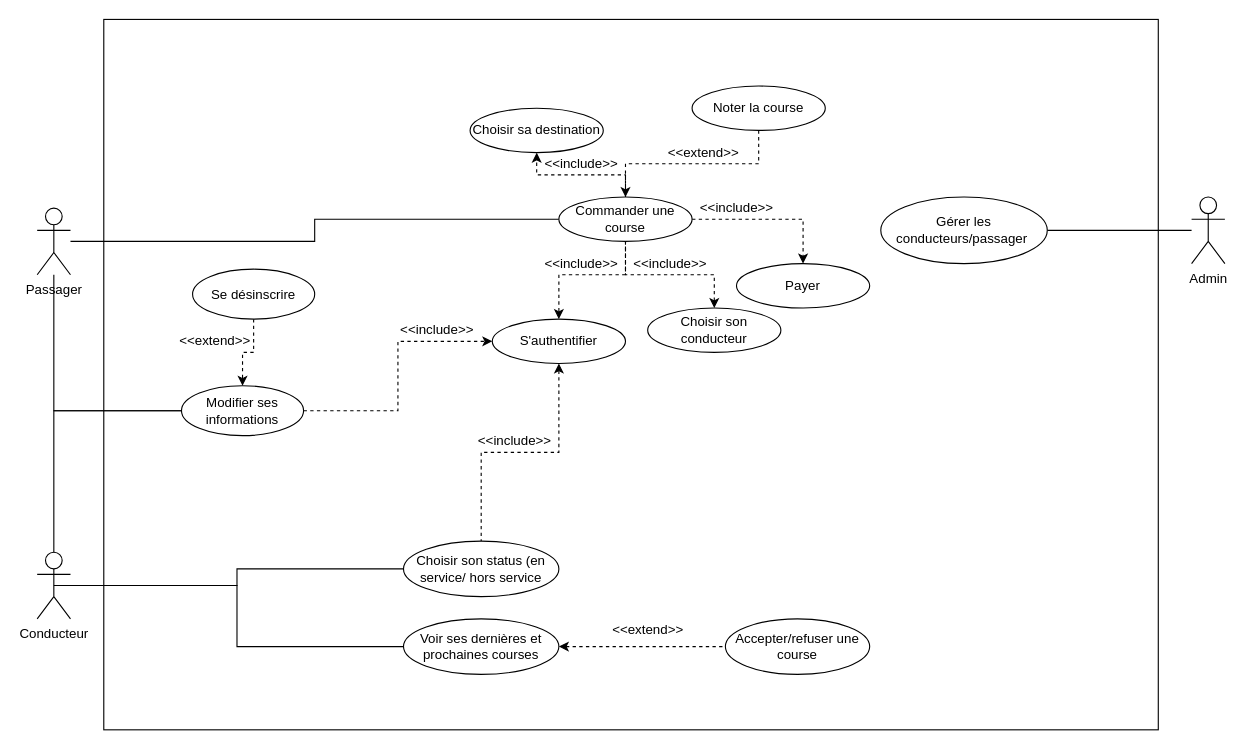
This is gestion_de_projet/Cas_d_utilisation.drawio from mboultoureau/utaxi, a draw.io file, before an edit. Source tidied: cells renumbered, new cells numbered last; positions are measured from the earlier drawing's top-left corner, leaving out a move shared by most shapes. Both pictures are drawn from the tidied source at 111%, with x=0, y=0 at pixel (37, 19).
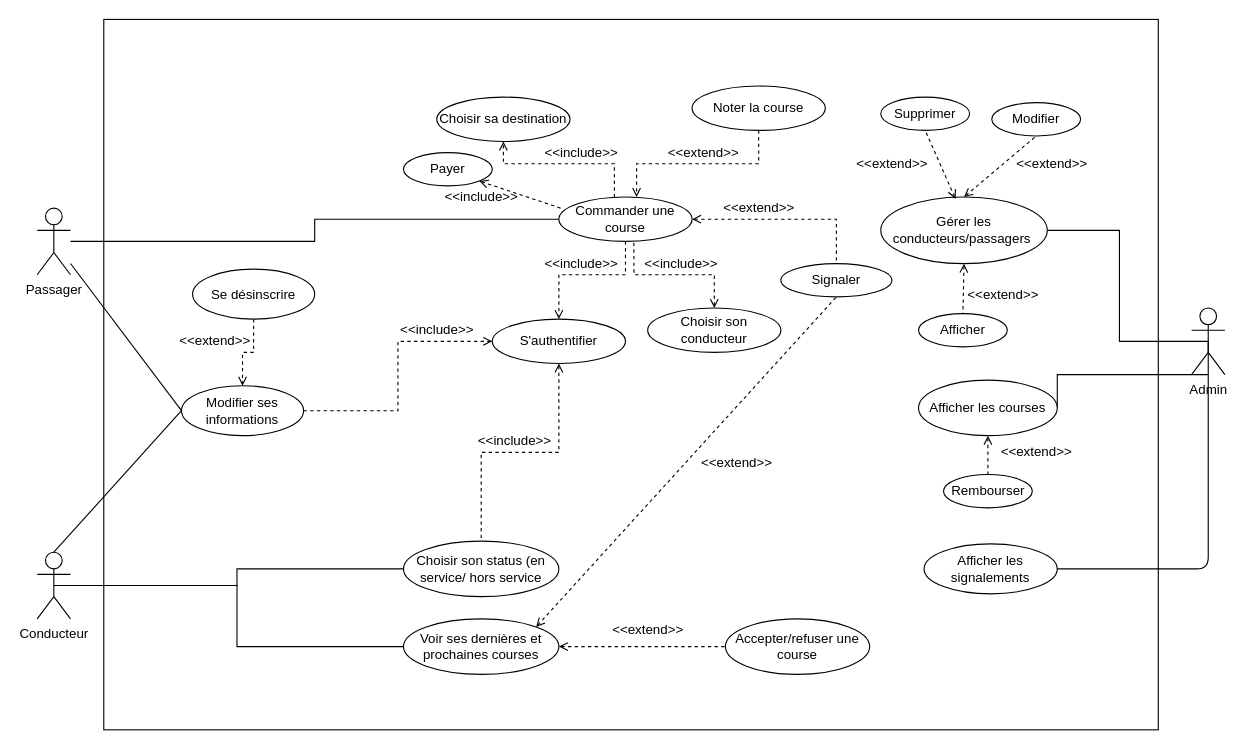
Above is the later version.

Commit message:
mise a jour du cas d'utilisation

The change refers to these unchanged cells:
```xml
<mxCell id="4" value="Passager" style="shape=umlActor;verticalLabelPosition=bottom;labelBackgroundColor=#ffffff;verticalAlign=top;html=1;outlineConnect=0;" parent="1" vertex="1">
  <mxGeometry y="170" width="30" height="60" as="geometry" />
</mxCell>
<mxCell id="8" value="Conducteur" style="shape=umlActor;verticalLabelPosition=bottom;labelBackgroundColor=#ffffff;verticalAlign=top;html=1;outlineConnect=0;" parent="1" vertex="1">
  <mxGeometry y="480" width="30" height="60" as="geometry" />
</mxCell>
<mxCell id="10" value="S'authentifier" style="ellipse;whiteSpace=wrap;html=1;" parent="1" vertex="1">
  <mxGeometry x="410" y="270" width="120" height="40" as="geometry" />
</mxCell>
<mxCell id="14" value="Commander une course" style="ellipse;whiteSpace=wrap;html=1;" parent="1" vertex="1">
  <mxGeometry x="470" y="160" width="120" height="40" as="geometry" />
</mxCell>
<mxCell id="16" value="Choisir son status (en service/ hors service" style="ellipse;whiteSpace=wrap;html=1;" parent="1" vertex="1">
  <mxGeometry x="330" y="470" width="140" height="50" as="geometry" />
</mxCell>
<mxCell id="17" value="Accepter/refuser une course" style="ellipse;whiteSpace=wrap;html=1;" parent="1" vertex="1">
  <mxGeometry x="620" y="540" width="130" height="50" as="geometry" />
</mxCell>
<mxCell id="27" value="Modifier ses informations" style="ellipse;whiteSpace=wrap;html=1;" parent="1" vertex="1">
  <mxGeometry x="130" y="330" width="110" height="45" as="geometry" />
</mxCell>
<mxCell id="29" value="Se désinscrire" style="ellipse;whiteSpace=wrap;html=1;" parent="1" vertex="1">
  <mxGeometry x="140" y="225" width="110" height="45" as="geometry" />
</mxCell>
<mxCell id="33" value="Noter la course" style="ellipse;whiteSpace=wrap;html=1;" parent="1" vertex="1">
  <mxGeometry x="590" y="60" width="120" height="40" as="geometry" />
</mxCell>
<mxCell id="36" value="Voir ses dernières et prochaines courses" style="ellipse;whiteSpace=wrap;html=1;" parent="1" vertex="1">
  <mxGeometry x="330" y="540" width="140" height="50" as="geometry" />
</mxCell>
<mxCell id="38" value="Choisir son conducteur" style="ellipse;whiteSpace=wrap;html=1;" parent="1" vertex="1">
  <mxGeometry x="550" y="260" width="120" height="40" as="geometry" />
</mxCell>
```

What changed in the source:
```diff
@@
-    <mxCell id="5" style="edgeStyle=orthogonalEdgeStyle;rounded=0;jettySize=auto;html=1;startArrow=none;startFill=0;endArrow=none;endFill=0;entryX=1;entryY=0.5;entryDx=0;entryDy=0;" parent="1" edge="1" source="6" target="22">
+    <mxCell id="5" style="edgeStyle=orthogonalEdgeStyle;rounded=0;jettySize=auto;html=1;startArrow=none;startFill=0;endArrow=none;endFill=0;entryX=1;entryY=0.5;entryDx=0;entryDy=0;exitX=0.5;exitY=0.5;exitDx=0;exitDy=0;exitPerimeter=0;" parent="1" edge="1" source="6" target="22">
       <mxGeometry relative="1" as="geometry" />
     </mxCell>
     <mxCell id="6" value="Admin" style="shape=umlActor;verticalLabelPosition=bottom;labelBackgroundColor=#ffffff;verticalAlign=top;html=1;outlineConnect=0;" parent="1" vertex="1">
-      <mxGeometry x="1040" y="160" width="30" height="60" as="geometry" />
+      <mxGeometry x="1040" y="260" width="30" height="60" as="geometry" />
     </mxCell>
@@
-    <mxCell id="9" style="edgeStyle=orthogonalEdgeStyle;rounded=0;jettySize=auto;html=1;entryX=0.5;entryY=0;entryDx=0;entryDy=0;dashed=1;startArrow=classic;startFill=1;endArrow=none;endFill=0;" parent="1" edge="1" source="10" target="16">
+    <mxCell id="9" style="edgeStyle=orthogonalEdgeStyle;rounded=0;jettySize=auto;html=1;entryX=0.5;entryY=0;entryDx=0;entryDy=0;dashed=1;startArrow=open;startFill=0;endArrow=none;endFill=0;" parent="1" edge="1" source="10" target="16">
       <mxGeometry relative="1" as="geometry" />
     </mxCell>
@@
-    <mxCell id="11" style="edgeStyle=orthogonalEdgeStyle;rounded=0;jettySize=auto;html=1;dashed=1;startArrow=none;startFill=0;endArrow=classic;endFill=1;entryX=0.5;entryY=0;entryDx=0;entryDy=0;" parent="1" edge="1" source="14" target="20">
+    <mxCell id="11" style="edgeStyle=orthogonalEdgeStyle;rounded=0;jettySize=auto;html=1;dashed=1;startArrow=open;startFill=0;endArrow=none;endFill=0;entryX=0.5;entryY=0;entryDx=0;entryDy=0;" parent="1" edge="1" source="14" target="20">
       <mxGeometry relative="1" as="geometry" />
     </mxCell>
-    <mxCell id="12" style="edgeStyle=orthogonalEdgeStyle;rounded=0;jettySize=auto;html=1;entryX=0.5;entryY=0;entryDx=0;entryDy=0;dashed=1;" parent="1" edge="1" source="14" target="10">
+    <mxCell id="12" style="edgeStyle=orthogonalEdgeStyle;rounded=0;jettySize=auto;html=1;entryX=0.5;entryY=0;entryDx=0;entryDy=0;dashed=1;endArrow=open;endFill=0;" parent="1" edge="1" source="14" target="10">
       <mxGeometry relative="1" as="geometry">
         <Array as="points">
           <mxPoint x="530" y="230" />
           <mxPoint x="470" y="230" />
         </Array>
       </mxGeometry>
     </mxCell>
-    <mxCell id="13" style="edgeStyle=orthogonalEdgeStyle;rounded=0;jettySize=auto;html=1;entryX=0.5;entryY=1;entryDx=0;entryDy=0;dashed=1;" parent="1" edge="1" source="14" target="40">
-      <mxGeometry relative="1" as="geometry" />
+    <mxCell id="13" style="edgeStyle=orthogonalEdgeStyle;rounded=0;jettySize=auto;html=1;entryX=0.5;entryY=1;entryDx=0;entryDy=0;dashed=1;startArrow=none;startFill=0;endArrow=open;endFill=0;" parent="1" edge="1" source="14" target="40">
+      <mxGeometry relative="1" as="geometry">
+        <Array as="points">
+          <mxPoint x="520" y="130" />
+          <mxPoint x="420" y="130" />
+        </Array>
+      </mxGeometry>
     </mxCell>
@@
-    <mxCell id="15" style="edgeStyle=orthogonalEdgeStyle;rounded=0;jettySize=auto;html=1;endArrow=none;endFill=0;dashed=1;startArrow=classic;startFill=1;entryX=0;entryY=0.5;entryDx=0;entryDy=0;exitX=1;exitY=0.5;exitDx=0;exitDy=0;" parent="1" edge="1" source="36" target="17">
+    <mxCell id="15" style="edgeStyle=orthogonalEdgeStyle;rounded=0;jettySize=auto;html=1;endArrow=none;endFill=0;dashed=1;startArrow=open;startFill=0;entryX=0;entryY=0.5;entryDx=0;entryDy=0;exitX=1;exitY=0.5;exitDx=0;exitDy=0;" parent="1" edge="1" source="36" target="17">
       <mxGeometry relative="1" as="geometry" />
     </mxCell>
@@
-    <mxCell id="20" value="Payer" style="ellipse;whiteSpace=wrap;html=1;" parent="1" vertex="1">
-      <mxGeometry x="630" y="220" width="120" height="40" as="geometry" />
+    <mxCell id="20" value="Signaler" style="ellipse;whiteSpace=wrap;html=1;" parent="1" vertex="1">
+      <mxGeometry x="670" y="220" width="100" height="30" as="geometry" />
     </mxCell>
     <mxCell id="21" value="&amp;lt;&amp;lt;include&amp;gt;&amp;gt;" style="text;html=1;align=center;verticalAlign=middle;" parent="1" vertex="1">
-      <mxGeometry x="590" y="160" width="80" height="20" as="geometry" />
+      <mxGeometry x="360" y="150" width="80" height="20" as="geometry" />
     </mxCell>
-    <mxCell id="22" value="Gérer les conducteurs/passager&amp;nbsp;" style="ellipse;whiteSpace=wrap;html=1;" parent="1" vertex="1">
+    <mxCell id="22" value="Gérer les conducteurs/passagers&amp;nbsp;" style="ellipse;whiteSpace=wrap;html=1;" parent="1" vertex="1">
       <mxGeometry x="760" y="160" width="150" height="60" as="geometry" />
     </mxCell>
@@
-    <mxCell id="24" style="edgeStyle=orthogonalEdgeStyle;rounded=0;jettySize=auto;html=1;startArrow=none;startFill=0;endArrow=none;endFill=0;" parent="1" edge="1" source="27" target="4">
-      <mxGeometry relative="1" as="geometry" />
-    </mxCell>
-    <mxCell id="25" style="edgeStyle=orthogonalEdgeStyle;rounded=0;jettySize=auto;html=1;entryX=0.5;entryY=0;entryDx=0;entryDy=0;entryPerimeter=0;startArrow=none;startFill=0;endArrow=none;endFill=0;" parent="1" edge="1" source="27" target="8">
-      <mxGeometry relative="1" as="geometry" />
-    </mxCell>
-    <mxCell id="26" style="edgeStyle=orthogonalEdgeStyle;rounded=0;jettySize=auto;html=1;entryX=0;entryY=0.5;entryDx=0;entryDy=0;startArrow=none;startFill=0;endArrow=classic;endFill=1;dashed=1;" parent="1" edge="1" source="27" target="10">
+    <mxCell id="26" style="edgeStyle=orthogonalEdgeStyle;rounded=0;jettySize=auto;html=1;entryX=0;entryY=0.5;entryDx=0;entryDy=0;startArrow=none;startFill=0;endArrow=open;endFill=0;dashed=1;" parent="1" edge="1" source="27" target="10">
       <mxGeometry relative="1" as="geometry" />
     </mxCell>
@@
-    <mxCell id="28" style="edgeStyle=orthogonalEdgeStyle;rounded=0;jettySize=auto;html=1;entryX=0.5;entryY=0;entryDx=0;entryDy=0;dashed=1;startArrow=none;startFill=0;endArrow=classic;endFill=1;" parent="1" edge="1" source="29" target="27">
+    <mxCell id="28" style="edgeStyle=orthogonalEdgeStyle;rounded=0;jettySize=auto;html=1;entryX=0.5;entryY=0;entryDx=0;entryDy=0;dashed=1;startArrow=none;startFill=0;endArrow=open;endFill=0;" parent="1" edge="1" source="29" target="27">
       <mxGeometry relative="1" as="geometry" />
     </mxCell>
@@
-    <mxCell id="32" style="edgeStyle=orthogonalEdgeStyle;rounded=0;jettySize=auto;html=1;entryX=0.5;entryY=0;entryDx=0;entryDy=0;dashed=1;startArrow=none;startFill=0;endArrow=classic;endFill=1;" parent="1" edge="1" source="33" target="14">
-      <mxGeometry relative="1" as="geometry" />
+    <mxCell id="32" style="edgeStyle=orthogonalEdgeStyle;rounded=0;jettySize=auto;html=1;dashed=1;startArrow=none;startFill=0;endArrow=open;endFill=0;" parent="1" edge="1" source="33">
+      <mxGeometry relative="1" as="geometry">
+        <mxPoint x="540" y="160" as="targetPoint" />
+        <Array as="points">
+          <mxPoint x="650" y="130" />
+          <mxPoint x="540" y="130" />
+          <mxPoint x="540" y="160" />
+        </Array>
+      </mxGeometry>
     </mxCell>
@@
-    <mxCell id="37" style="edgeStyle=orthogonalEdgeStyle;rounded=0;jettySize=auto;html=1;entryX=0.5;entryY=1;entryDx=0;entryDy=0;startArrow=classic;startFill=1;endArrow=none;endFill=0;dashed=1;" parent="1" edge="1" source="38" target="14">
+    <mxCell id="37" style="edgeStyle=orthogonalEdgeStyle;rounded=0;jettySize=auto;html=1;entryX=0.563;entryY=0.983;entryDx=0;entryDy=0;startArrow=open;startFill=0;endArrow=none;endFill=0;dashed=1;entryPerimeter=0;" parent="1" edge="1" source="38" target="14">
       <mxGeometry relative="1" as="geometry" />
     </mxCell>
@@
     <mxCell id="39" value="&amp;lt;&amp;lt;include&amp;gt;&amp;gt;" style="text;html=1;align=center;verticalAlign=middle;" parent="1" vertex="1">
-      <mxGeometry x="530" y="210" width="80" height="20" as="geometry" />
+      <mxGeometry x="540" y="210" width="80" height="20" as="geometry" />
     </mxCell>
     <mxCell id="40" value="Choisir sa destination" style="ellipse;whiteSpace=wrap;html=1;" parent="1" vertex="1">
-      <mxGeometry x="390" y="80" width="120" height="40" as="geometry" />
+      <mxGeometry x="360" y="70" width="120" height="40" as="geometry" />
     </mxCell>
     <mxCell id="41" value="&amp;lt;&amp;lt;include&amp;gt;&amp;gt;" style="text;html=1;align=center;verticalAlign=middle;" parent="1" vertex="1">
-      <mxGeometry x="450" y="120" width="80" height="20" as="geometry" />
+      <mxGeometry x="450" y="110" width="80" height="20" as="geometry" />
     </mxCell>
+    <mxCell id="42" style="endArrow=none;html=1;exitX=0.5;exitY=0;exitDx=0;exitDy=0;exitPerimeter=0;entryX=0;entryY=0.5;entryDx=0;entryDy=0;" parent="1" edge="1" source="8" target="27">
+      <mxGeometry relative="1" as="geometry" />
+    </mxCell>
+    <mxCell id="24" style="endArrow=none;html=1;exitX=0;exitY=0.5;exitDx=0;exitDy=0;" parent="1" edge="1" source="27" target="4">
+      <mxGeometry relative="1" as="geometry" />
+    </mxCell>
+    <mxCell id="43" value="Modifier" style="ellipse;whiteSpace=wrap;html=1;" parent="1" vertex="1">
+      <mxGeometry x="860" y="75" width="80" height="30" as="geometry" />
+    </mxCell>
+    <mxCell id="44" style="endArrow=none;dashed=1;html=1;entryX=0.5;entryY=1;entryDx=0;entryDy=0;exitX=0.5;exitY=0;exitDx=0;exitDy=0;endFill=0;startArrow=open;startFill=0;" parent="1" edge="1" source="22" target="43">
+      <mxGeometry relative="1" as="geometry" />
+    </mxCell>
+    <mxCell id="45" value="&amp;lt;&amp;lt;extend&amp;gt;&amp;gt;" style="text;html=1;align=center;verticalAlign=middle;" parent="1" vertex="1">
+      <mxGeometry x="874" y="120" width="80" height="20" as="geometry" />
+    </mxCell>
+    <mxCell id="46" value="Supprimer" style="ellipse;whiteSpace=wrap;html=1;" parent="1" vertex="1">
+      <mxGeometry x="760" y="70" width="80" height="30" as="geometry" />
+    </mxCell>
+    <mxCell id="47" style="endArrow=none;dashed=1;html=1;entryX=0.5;entryY=1;entryDx=0;entryDy=0;exitX=0.449;exitY=0.028;exitDx=0;exitDy=0;endFill=0;startArrow=open;startFill=0;exitPerimeter=0;" parent="1" edge="1" source="22" target="46">
+      <mxGeometry relative="1" as="geometry" />
+    </mxCell>
+    <mxCell id="48" value="&amp;lt;&amp;lt;extend&amp;gt;&amp;gt;" style="text;html=1;align=center;verticalAlign=middle;" parent="1" vertex="1">
+      <mxGeometry x="730" y="120" width="80" height="20" as="geometry" />
+    </mxCell>
+    <mxCell id="49" value="Afficher" style="ellipse;whiteSpace=wrap;html=1;" parent="1" vertex="1">
+      <mxGeometry x="794" y="265" width="80" height="30" as="geometry" />
+    </mxCell>
+    <mxCell id="50" style="endArrow=none;dashed=1;html=1;entryX=0.5;entryY=0;entryDx=0;entryDy=0;exitX=0.5;exitY=1;exitDx=0;exitDy=0;endFill=0;startArrow=open;startFill=0;" parent="1" edge="1" source="22" target="49">
+      <mxGeometry relative="1" as="geometry" />
+    </mxCell>
+    <mxCell id="51" value="&amp;lt;&amp;lt;extend&amp;gt;&amp;gt;" style="text;html=1;align=center;verticalAlign=middle;" parent="1" vertex="1">
+      <mxGeometry x="830" y="237.5" width="80" height="20" as="geometry" />
+    </mxCell>
+    <mxCell id="52" style="edgeStyle=orthogonalEdgeStyle;rounded=0;jettySize=auto;html=1;startArrow=none;startFill=0;endArrow=none;endFill=0;entryX=1;entryY=0.5;entryDx=0;entryDy=0;exitX=0.5;exitY=0.5;exitDx=0;exitDy=0;exitPerimeter=0;" parent="1" edge="1" source="6" target="53">
+      <mxGeometry relative="1" as="geometry">
+        <Array as="points">
+          <mxPoint x="1055" y="320" />
+          <mxPoint x="919" y="320" />
+        </Array>
+      </mxGeometry>
+    </mxCell>
+    <mxCell id="53" value="Afficher les courses" style="ellipse;whiteSpace=wrap;html=1;" parent="1" vertex="1">
+      <mxGeometry x="794" y="325" width="125" height="50" as="geometry" />
+    </mxCell>
+    <mxCell id="54" value="Rembourser" style="ellipse;whiteSpace=wrap;html=1;" parent="1" vertex="1">
+      <mxGeometry x="816.5" y="410" width="80" height="30" as="geometry" />
+    </mxCell>
+    <mxCell id="55" value="&amp;lt;&amp;lt;extend&amp;gt;&amp;gt;" style="text;html=1;align=center;verticalAlign=middle;" parent="1" vertex="1">
+      <mxGeometry x="860" y="380" width="80" height="20" as="geometry" />
+    </mxCell>
+    <mxCell id="56" style="endArrow=none;dashed=1;html=1;endFill=0;startArrow=open;startFill=0;entryX=0.5;entryY=0;entryDx=0;entryDy=0;exitX=0.5;exitY=1;exitDx=0;exitDy=0;" parent="1" edge="1" source="53" target="54">
+      <mxGeometry relative="1" as="geometry" />
+    </mxCell>
+    <mxCell id="57" value="Afficher les signalements" style="ellipse;whiteSpace=wrap;html=1;" parent="1" vertex="1">
+      <mxGeometry x="799" y="472.5" width="120" height="45" as="geometry" />
+    </mxCell>
+    <mxCell id="58" style="endArrow=none;html=1;exitX=1;exitY=0.5;exitDx=0;exitDy=0;" parent="1" edge="1" source="57">
+      <mxGeometry relative="1" as="geometry">
+        <mxPoint x="1055" y="320" as="targetPoint" />
+        <Array as="points">
+          <mxPoint x="1055" y="495" />
+        </Array>
+      </mxGeometry>
+    </mxCell>
+    <mxCell id="59" value="Payer" style="ellipse;whiteSpace=wrap;html=1;" parent="1" vertex="1">
+      <mxGeometry x="330" y="120" width="80" height="30" as="geometry" />
+    </mxCell>
+    <mxCell id="60" style="endArrow=none;dashed=1;html=1;entryX=0.037;entryY=0.275;entryDx=0;entryDy=0;exitX=1;exitY=1;exitDx=0;exitDy=0;startArrow=open;startFill=0;endFill=0;entryPerimeter=0;" parent="1" edge="1" source="59" target="14">
+      <mxGeometry relative="1" as="geometry" />
+    </mxCell>
+    <mxCell id="61" value="&amp;lt;&amp;lt;extend&amp;gt;&amp;gt;" style="text;html=1;align=center;verticalAlign=middle;" parent="1" vertex="1">
+      <mxGeometry x="610" y="160" width="80" height="20" as="geometry" />
+    </mxCell>
+    <mxCell id="62" style="endArrow=none;dashed=1;html=1;exitX=1;exitY=0;exitDx=0;exitDy=0;entryX=0.5;entryY=1;entryDx=0;entryDy=0;endFill=0;startArrow=open;startFill=0;" parent="1" edge="1" source="36" target="20">
+      <mxGeometry relative="1" as="geometry" />
+    </mxCell>
+    <mxCell id="63" value="&amp;lt;&amp;lt;extend&amp;gt;&amp;gt;" style="text;html=1;align=center;verticalAlign=middle;" parent="1" vertex="1">
+      <mxGeometry x="590" y="390" width="80" height="20" as="geometry" />
+    </mxCell>
```
